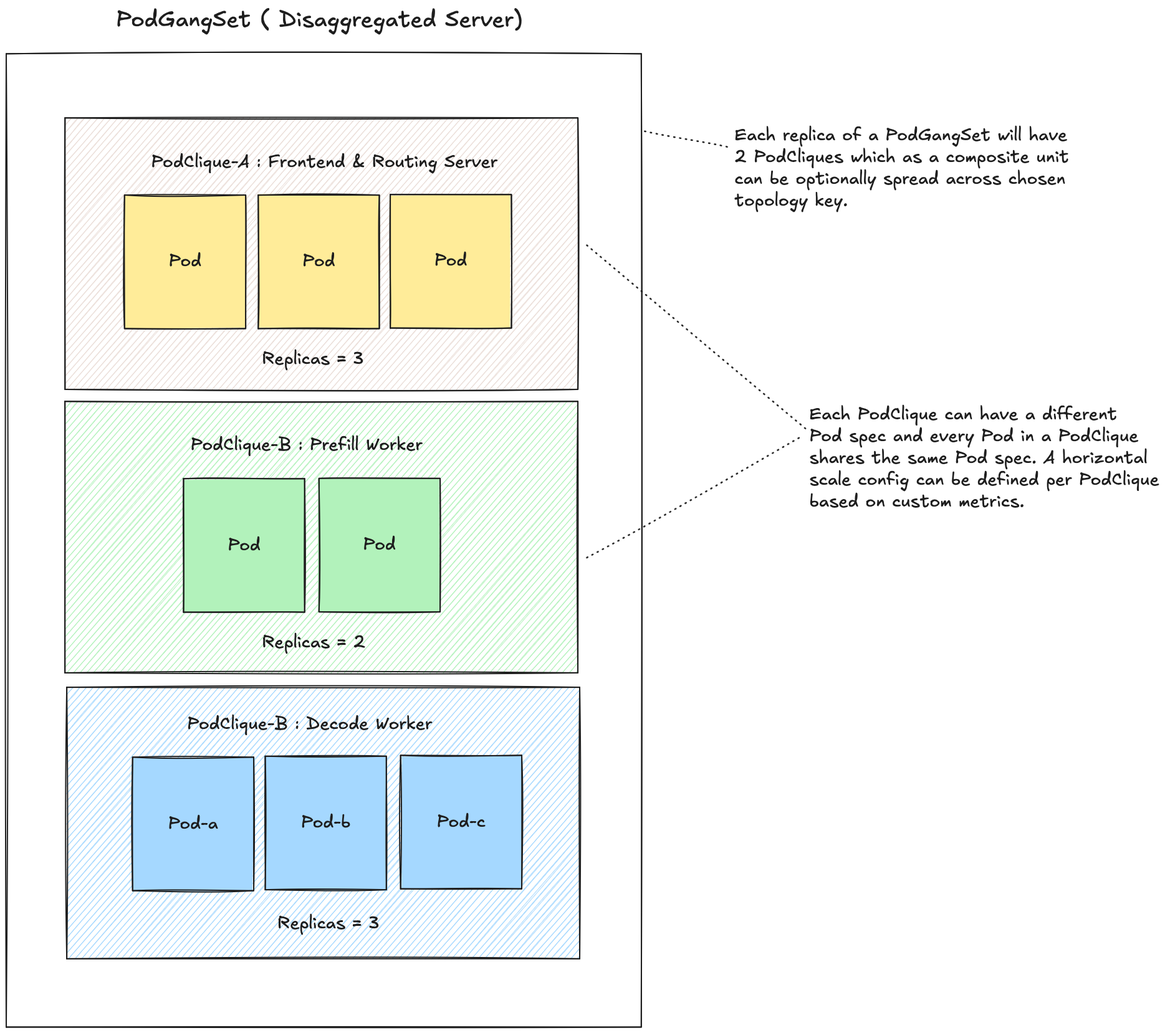
This is docs/assets/singlenode-disaggregated.excalidraw.png from renormalize/grove, a Excalidraw export, as it was before one commit. Source tidied: one line per element, renumbered; positions are measured from the earlier drawing's top-left corner, leaving out a move shared by most shapes.
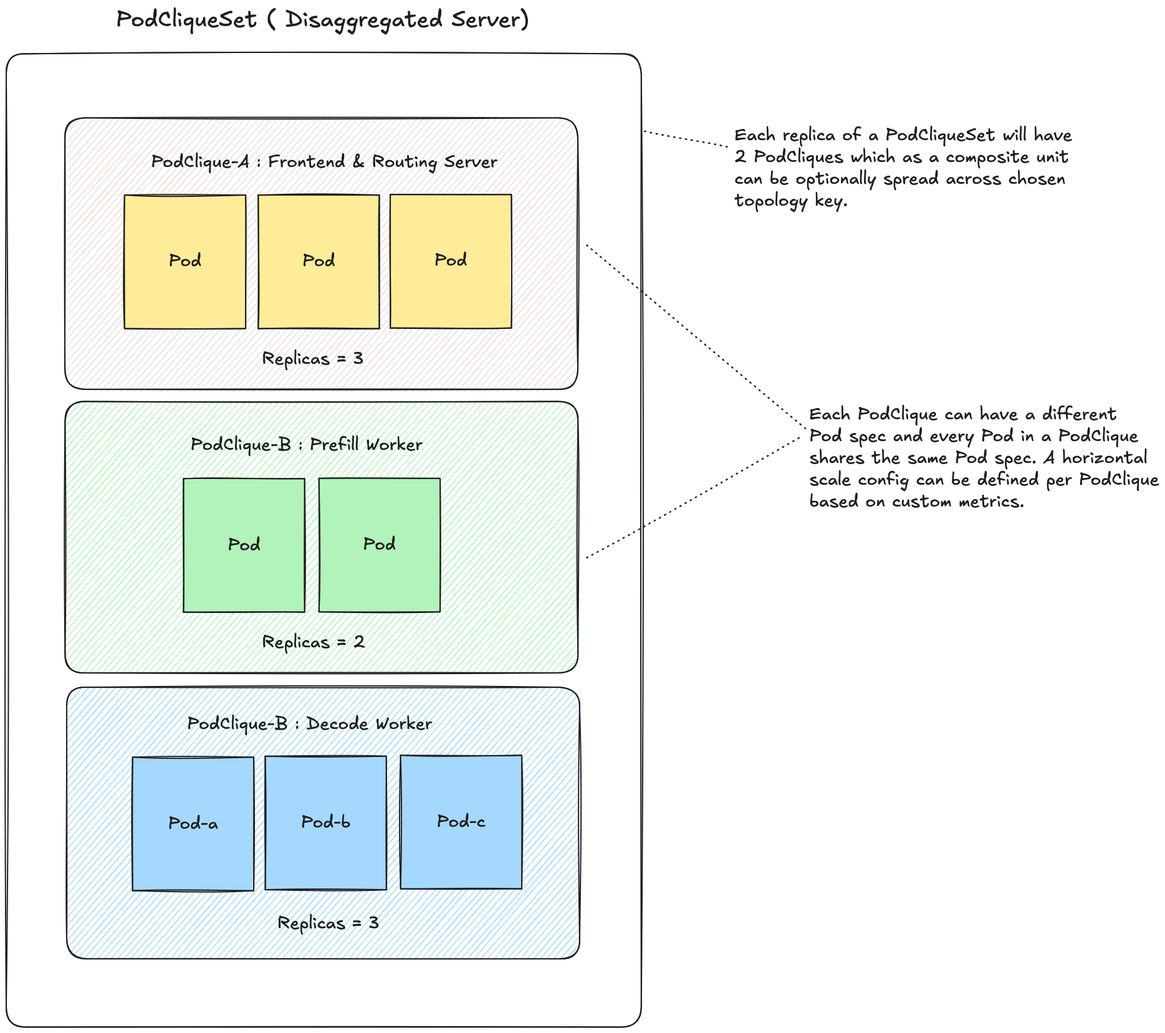
After the commit.

Change to the diagram source:
```diff
@@ -1,25 +1,25 @@
-{"id": 0, "type": "rectangle", "strokeColor": "#1e1e1e", "backgroundColor": "#eaddd7", "fillStyle": "hachure", "strokeWidth": 2, "roughness": 1, "x": 94, "y": 179, "width": 823, "height": 436}
+{"id": 0, "type": "rectangle", "strokeColor": "#1e1e1e", "backgroundColor": "#eaddd7", "fillStyle": "hachure", "strokeWidth": 2, "roughness": 1, "round": true, "x": 94, "y": 179, "width": 823, "height": 436}
 {"id": 1, "type": "rectangle", "strokeColor": "#1e1e1e", "backgroundColor": "#ffec99", "fillStyle": "solid", "strokeWidth": 2, "roughness": 1, "x": 190, "y": 303, "width": 194, "height": 214}
 {"id": 2, "type": "text", "text": "Pod", "strokeColor": "#1e1e1e", "strokeWidth": 2, "roughness": 1, "fontSize": 28, "fontFamily": 5, "textAlign": "center", "verticalAlign": "middle", "inside": 1, "x": 261, "y": 393, "width": 52, "height": 35}
 {"id": 3, "type": "rectangle", "strokeColor": "#1e1e1e", "backgroundColor": "#ffec99", "fillStyle": "solid", "strokeWidth": 2, "roughness": 1, "x": 404, "y": 303, "width": 194, "height": 214}
 {"id": 4, "type": "text", "text": "Pod", "strokeColor": "#1e1e1e", "strokeWidth": 2, "roughness": 1, "fontSize": 28, "fontFamily": 5, "textAlign": "center", "verticalAlign": "middle", "inside": 3, "x": 475, "y": 393, "width": 52, "height": 35}
 {"id": 5, "type": "text", "text": "PodClique-A : Frontend & Routing Server", "strokeColor": "#1e1e1e", "strokeWidth": 2, "roughness": 1, "fontSize": 28, "fontFamily": 5, "x": 232, "y": 234, "width": 556, "height": 35}
 {"id": 6, "type": "text", "text": "Replicas = 3", "strokeColor": "#1e1e1e", "strokeWidth": 2, "roughness": 1, "fontSize": 28, "fontFamily": 5, "x": 410, "y": 549, "width": 164, "height": 35}
-{"id": 7, "type": "rectangle", "strokeColor": "#1e1e1e", "backgroundColor": "#b2f2bb", "fillStyle": "hachure", "strokeWidth": 2, "roughness": 1, "x": 94, "y": 634, "width": 823, "height": 436}
+{"id": 7, "type": "rectangle", "strokeColor": "#1e1e1e", "backgroundColor": "#b2f2bb", "fillStyle": "hachure", "strokeWidth": 2, "roughness": 1, "round": true, "x": 94, "y": 634, "width": 823, "height": 436}
 {"id": 8, "type": "rectangle", "strokeColor": "#1e1e1e", "backgroundColor": "#b2f2bb", "fillStyle": "solid", "strokeWidth": 2, "roughness": 1, "x": 285, "y": 758, "width": 194, "height": 214}
 {"id": 9, "type": "text", "text": "Pod", "strokeColor": "#1e1e1e", "strokeWidth": 2, "roughness": 1, "fontSize": 28, "fontFamily": 5, "textAlign": "center", "verticalAlign": "middle", "inside": 8, "x": 355, "y": 848, "width": 52, "height": 35}
 {"id": 10, "type": "rectangle", "strokeColor": "#1e1e1e", "backgroundColor": "#b2f2bb", "fillStyle": "solid", "strokeWidth": 2, "roughness": 1, "x": 502, "y": 758, "width": 194, "height": 214}
 {"id": 11, "type": "text", "text": "Pod", "strokeColor": "#1e1e1e", "strokeWidth": 2, "roughness": 1, "fontSize": 28, "fontFamily": 5, "textAlign": "center", "verticalAlign": "middle", "inside": 10, "x": 573, "y": 847, "width": 52, "height": 35}
 {"id": 12, "type": "text", "text": "PodClique-B : Prefill Worker", "strokeColor": "#1e1e1e", "strokeWidth": 2, "roughness": 1, "fontSize": 28, "fontFamily": 5, "x": 296, "y": 687, "width": 372, "height": 35}
 {"id": 13, "type": "text", "text": "Replicas = 2", "strokeColor": "#1e1e1e", "strokeWidth": 2, "roughness": 1, "fontSize": 28, "fontFamily": 5, "x": 410, "y": 1004, "width": 167, "height": 35}
-{"id": 14, "type": "rectangle", "strokeColor": "#1e1e1e", "strokeWidth": 2, "roughness": 1, "x": 0, "y": 76, "width": 1019, "height": 1562}
+{"id": 14, "type": "rectangle", "strokeColor": "#1e1e1e", "strokeWidth": 2, "roughness": 1, "round": true, "x": 0, "y": 76, "width": 1019, "height": 1562}
-{"id": 15, "type": "text", "text": "PodGangSet ( Disaggregated Server)", "strokeColor": "#1e1e1e", "strokeWidth": 2, "strokeStyle": "dashed", "roughness": 1, "fontSize": 36, "fontFamily": 5, "x": 176, "y": 0, "width": 652, "height": 45}
+{"id": 15, "type": "text", "text": "PodCliqueSet ( Disaggregated Server)", "strokeColor": "#1e1e1e", "strokeWidth": 2, "strokeStyle": "dashed", "roughness": 1, "fontSize": 36, "fontFamily": 5, "x": 176, "y": 0, "width": 663, "height": 45}
 {"id": 16, "type": "line", "strokeColor": "#1e1e1e", "backgroundColor": "#a5d8ff", "fillStyle": "hachure", "strokeWidth": 2, "strokeStyle": "dotted", "roughness": 1, "x": 931, "y": 384, "width": 354, "height": 297, "points": [[0, 0], [354, 297]]}
 {"id": 17, "type": "line", "strokeColor": "#1e1e1e", "backgroundColor": "#a5d8ff", "fillStyle": "hachure", "strokeWidth": 2, "strokeStyle": "dotted", "roughness": 1, "x": 931, "y": 885, "width": 341, "height": 193, "points": [[0, 0], [341, -193]]}
 {"id": 18, "type": "text", "text": "Each PodClique can have a different \nPod spec and every Pod in a PodClique \nshares the same Pod spec. A horizontal\nscale config can be defined per PodClique\nbased on custom metrics.", "strokeColor": "#1e1e1e", "backgroundColor": "#a5d8ff", "fillStyle": "hachure", "strokeWidth": 2, "strokeStyle": "dotted", "roughness": 1, "fontSize": 28, "fontFamily": 5, "x": 1289, "y": 639, "width": 561, "height": 175}
 {"id": 19, "type": "line", "strokeColor": "#1e1e1e", "backgroundColor": "#a5d8ff", "fillStyle": "hachure", "strokeWidth": 2, "strokeStyle": "dotted", "roughness": 1, "x": 1024, "y": 201, "width": 136, "height": 26, "points": [[0, 0], [136, 26]]}
-{"id": 20, "type": "text", "text": "Each replica of a PodGangSet will have\n2 PodCliques which as a composite unit \ncan be optionally spread across chosen \ntopology key.", "strokeColor": "#1e1e1e", "backgroundColor": "#a5d8ff", "fillStyle": "hachure", "strokeWidth": 2, "strokeStyle": "dotted", "roughness": 1, "fontSize": 28, "fontFamily": 5, "x": 1169, "y": 191, "width": 548, "height": 140}
+{"id": 20, "type": "text", "text": "Each replica of a PodCliqueSet will have\n2 PodCliques which as a composite unit \ncan be optionally spread across chosen \ntopology key.", "strokeColor": "#1e1e1e", "backgroundColor": "#a5d8ff", "fillStyle": "hachure", "strokeWidth": 2, "strokeStyle": "dotted", "roughness": 1, "fontSize": 28, "fontFamily": 5, "x": 1169, "y": 191, "width": 548, "height": 140}
-{"id": 21, "type": "rectangle", "strokeColor": "#1e1e1e", "backgroundColor": "#a5d8ff", "fillStyle": "hachure", "strokeWidth": 2, "roughness": 1, "x": 97, "y": 1093, "width": 823, "height": 436}
+{"id": 21, "type": "rectangle", "strokeColor": "#1e1e1e", "backgroundColor": "#a5d8ff", "fillStyle": "hachure", "strokeWidth": 2, "roughness": 1, "round": true, "x": 97, "y": 1093, "width": 823, "height": 436}
 {"id": 22, "type": "rectangle", "strokeColor": "#1e1e1e", "backgroundColor": "#a5d8ff", "fillStyle": "solid", "strokeWidth": 2, "roughness": 1, "x": 203, "y": 1205, "width": 194, "height": 214}
 {"id": 23, "type": "text", "text": "Pod-a", "strokeColor": "#1e1e1e", "strokeWidth": 2, "roughness": 1, "fontSize": 28, "fontFamily": 5, "textAlign": "center", "verticalAlign": "middle", "inside": 22, "x": 260, "y": 1295, "width": 80, "height": 35}
 {"id": 24, "type": "rectangle", "strokeColor": "#1e1e1e", "backgroundColor": "#a5d8ff", "fillStyle": "solid", "strokeWidth": 2, "roughness": 1, "x": 416, "y": 1204, "width": 194, "height": 214}
```
